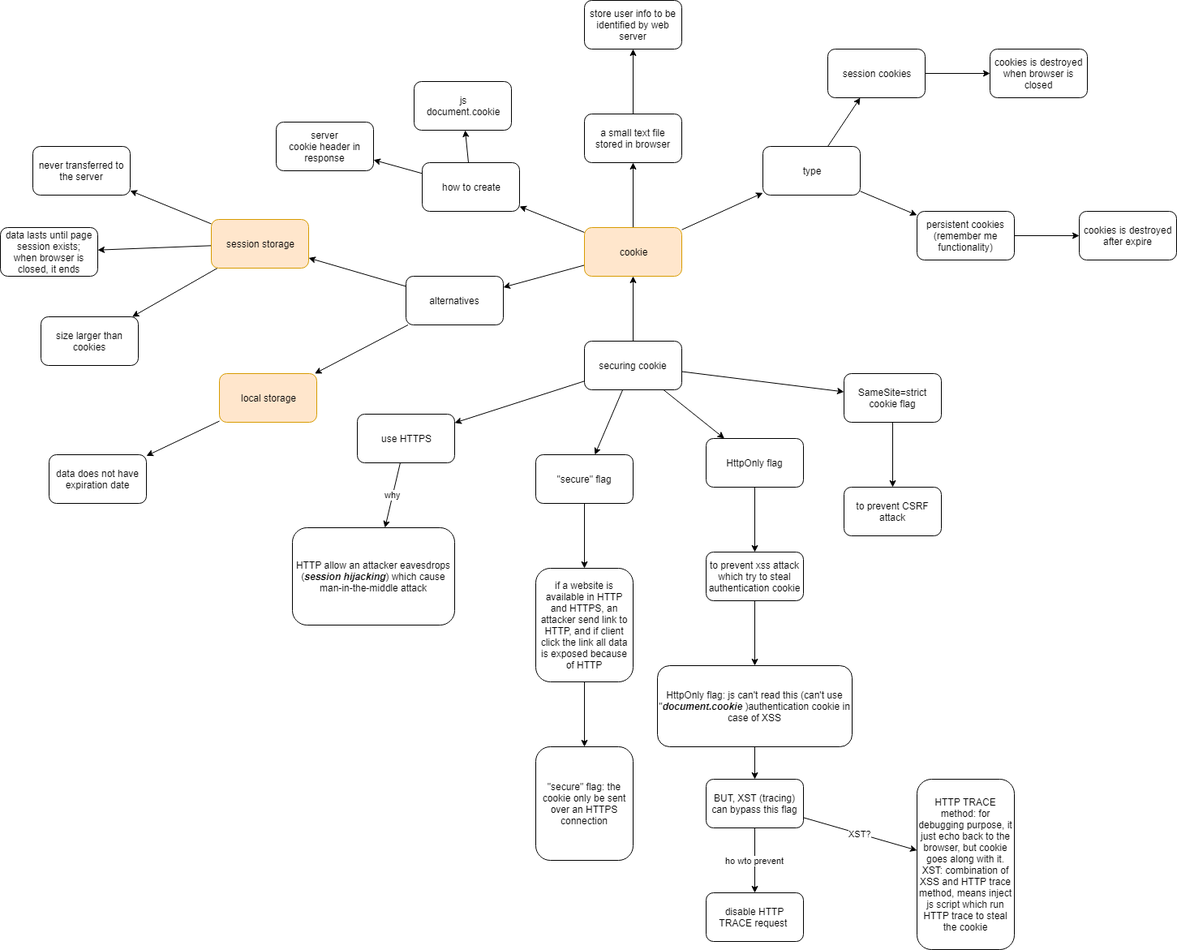
stsiwo/security_concept keeps this draw.io diagram as cookie_concept.png. Above is the earlier version. Source tidied: cells renumbered, new cells last; positions are measured from the earlier drawing's top-left corner, leaving out a move shared by most shapes.
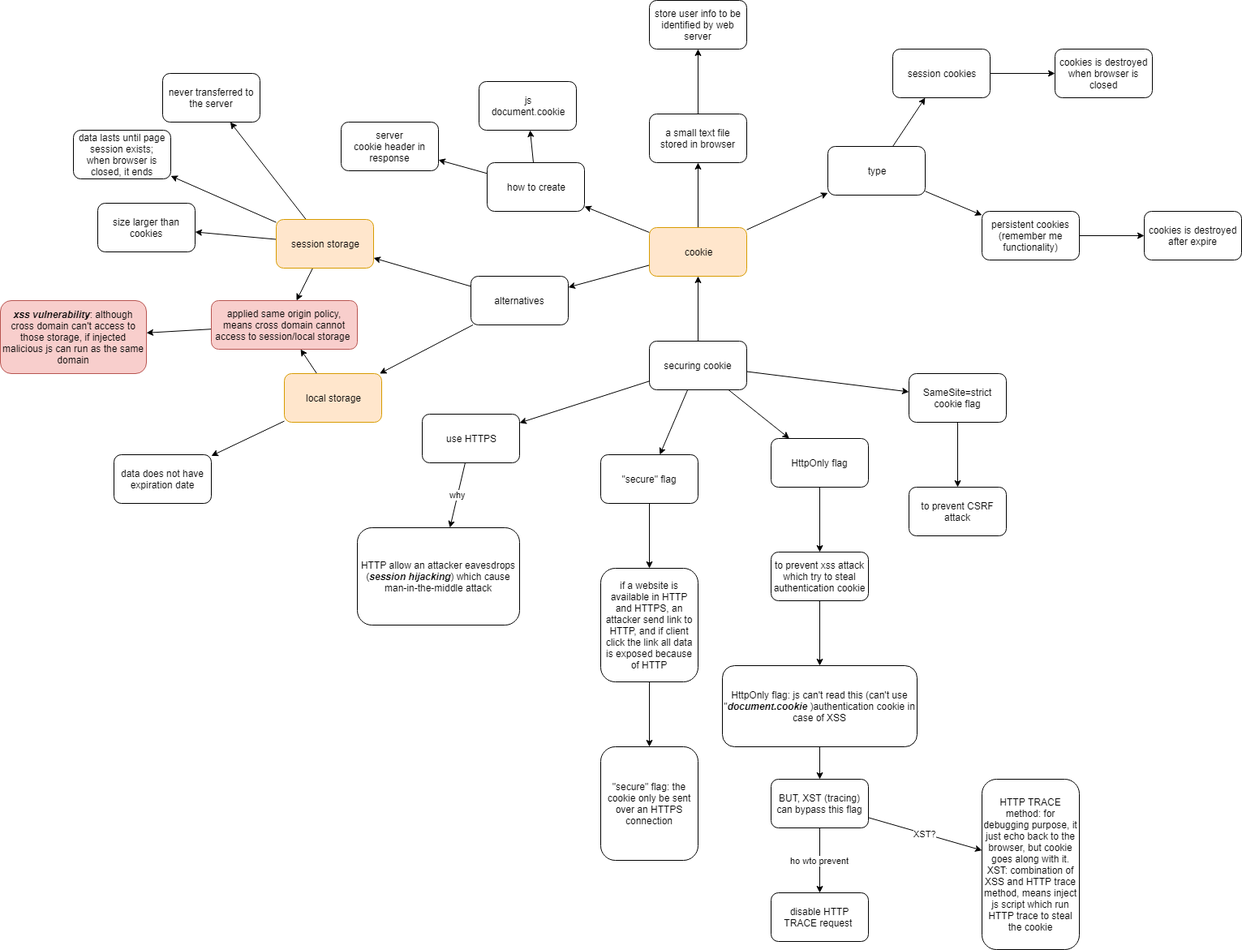
After the change.

What changed in the source:
```diff
@@ -47,6 +47,9 @@
     <mxCell id="16" style="edgeStyle=none;rounded=0;html=1;jettySize=auto;" parent="1" edge="1" source="17" target="18">
       <mxGeometry relative="1" as="geometry" />
     </mxCell>
+    <mxCell id="65" style="edgeStyle=none;rounded=0;html=1;jettySize=auto;" parent="1" edge="1" source="17" target="68">
+      <mxGeometry relative="1" as="geometry" />
+    </mxCell>
     <mxCell id="17" value="local storage" style="rounded=1;whiteSpace=wrap;html=1;fillColor=#ffe6cc;strokeColor=#d79b00;" parent="1" vertex="1">
       <mxGeometry x="270" y="460" width="120" height="60" as="geometry" />
     </mxCell>
@@ -62,17 +65,20 @@
     <mxCell id="21" style="edgeStyle=none;rounded=0;html=1;jettySize=auto;" parent="1" edge="1" source="22" target="23">
       <mxGeometry relative="1" as="geometry" />
     </mxCell>
+    <mxCell id="66" style="rounded=0;html=1;jettySize=auto;" parent="1" edge="1" source="22" target="68">
+      <mxGeometry relative="1" as="geometry" />
+    </mxCell>
     <mxCell id="22" value="session storage" style="rounded=1;whiteSpace=wrap;html=1;fillColor=#ffe6cc;strokeColor=#d79b00;" parent="1" vertex="1">
       <mxGeometry x="260" y="270" width="120" height="60" as="geometry" />
     </mxCell>
     <mxCell id="23" value="size larger than cookies" style="rounded=1;whiteSpace=wrap;html=1;" parent="1" vertex="1">
-      <mxGeometry x="50" y="390" width="120" height="60" as="geometry" />
+      <mxGeometry x="40" y="250" width="120" height="60" as="geometry" />
     </mxCell>
     <mxCell id="24" value="never transferred to the server" style="rounded=1;whiteSpace=wrap;html=1;" parent="1" vertex="1">
-      <mxGeometry x="40" y="180" width="120" height="60" as="geometry" />
+      <mxGeometry x="120" y="90" width="120" height="60" as="geometry" />
     </mxCell>
     <mxCell id="25" value="data lasts until page session exists;&lt;br&gt;when browser is closed, it ends&lt;br&gt;" style="rounded=1;whiteSpace=wrap;html=1;" parent="1" vertex="1">
-      <mxGeometry y="280" width="120" height="60" as="geometry" />
+      <mxGeometry x="10" y="160" width="120" height="60" as="geometry" />
     </mxCell>
     <mxCell id="26" style="edgeStyle=none;rounded=0;html=1;jettySize=auto;" parent="1" edge="1" source="28" target="30">
       <mxGeometry relative="1" as="geometry" />
@@ -191,5 +197,14 @@
     <mxCell id="64" value="HTTP allow an attacker eavesdrops (&lt;b&gt;&lt;i&gt;session hijacking&lt;/i&gt;&lt;/b&gt;) which cause man-in-the-middle attack" style="rounded=1;whiteSpace=wrap;html=1;" parent="1" vertex="1">
       <mxGeometry x="360" y="650" width="200" height="120" as="geometry" />
     </mxCell>
+    <mxCell id="67" style="edgeStyle=none;rounded=0;html=1;jettySize=auto;" parent="1" edge="1" source="68" target="69">
+      <mxGeometry relative="1" as="geometry" />
+    </mxCell>
+    <mxCell id="68" value="applied same origin policy, means cross domain cannot access to session/local storage&amp;nbsp;" style="rounded=1;whiteSpace=wrap;html=1;fillColor=#f8cecc;strokeColor=#b85450;" parent="1" vertex="1">
+      <mxGeometry x="180" y="370" width="180" height="60" as="geometry" />
+    </mxCell>
+    <mxCell id="69" value="&lt;b&gt;&lt;i&gt;xss vulnerability&lt;/i&gt;&lt;/b&gt;: although cross domain can't access to those storage, if injected malicious js can run as the same domain" style="rounded=1;whiteSpace=wrap;html=1;fillColor=#f8cecc;strokeColor=#b85450;" parent="1" vertex="1">
+      <mxGeometry x="-80" y="370" width="180" height="90" as="geometry" />
+    </mxCell>
   </root>
 </mxGraphModel>
```
